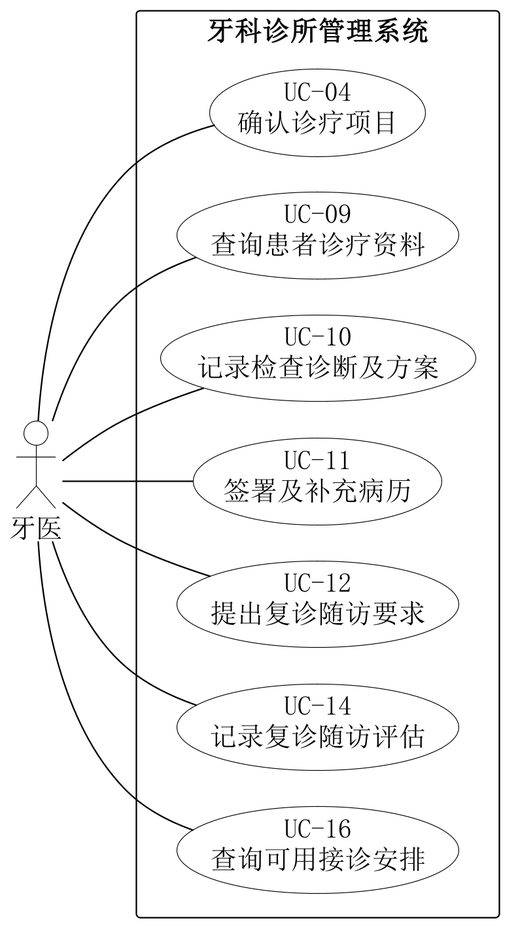
Before: 01-需求文档/diagrams/07-system-dentist.png, a diagram exported from PlantUML (Shawmc-creator/systemAnalyseAndDesign).
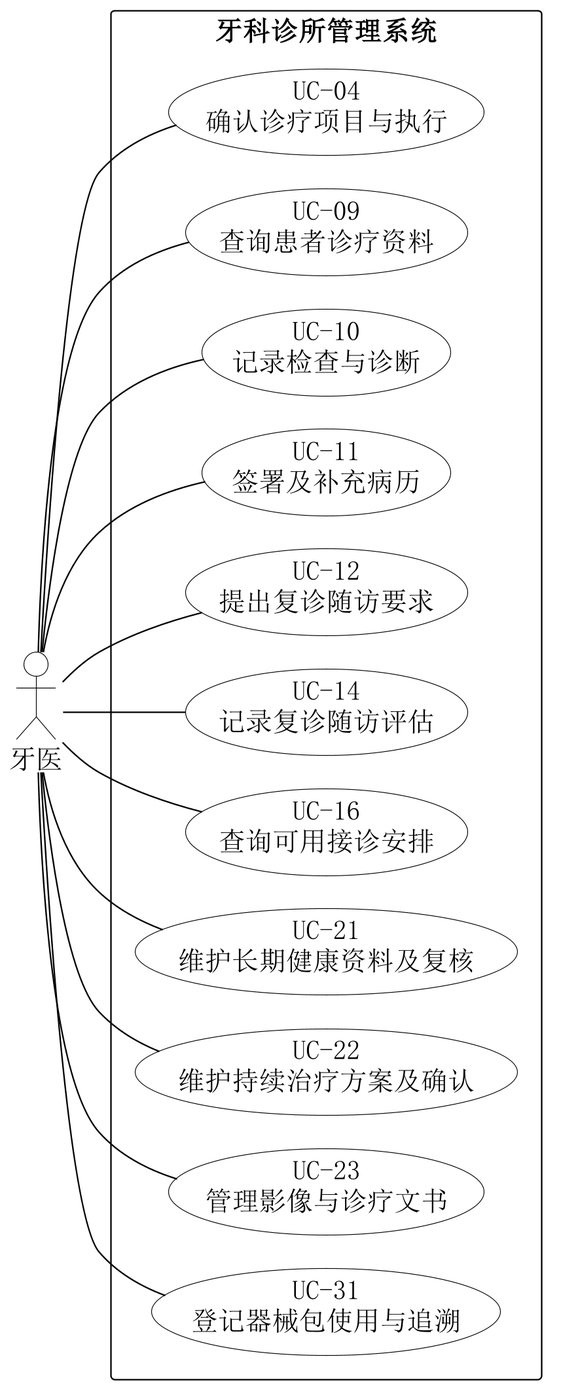
Later version of the same file.

Change to the diagram source:
```diff
@@ -5,8 +5,8 @@
 skinparam defaultFontSize 18
 skinparam dpi 220
 skinparam ArrowColor black
-skinparam nodesep 24
-skinparam ranksep 65
+skinparam nodesep 22
+skinparam ranksep 48
 skinparam actor {
  BorderColor black
  BackgroundColor white
@@ -22,13 +22,17 @@
 left to right direction
 actor "牙医" as A
 rectangle "牙科诊所管理系统" {
- usecase "UC-04\n确认诊疗项目" as U4
+ usecase "UC-04\n确认诊疗项目与执行" as U4
  usecase "UC-09\n查询患者诊疗资料" as U9
- usecase "UC-10\n记录检查诊断及方案" as U10
+ usecase "UC-10\n记录检查与诊断" as U10
  usecase "UC-11\n签署及补充病历" as U11
  usecase "UC-12\n提出复诊随访要求" as U12
  usecase "UC-14\n记录复诊随访评估" as U14
  usecase "UC-16\n查询可用接诊安排" as U16
+ usecase "UC-21\n维护长期健康资料及复核" as U21
+ usecase "UC-22\n维护持续治疗方案及确认" as U22
+ usecase "UC-23\n管理影像与诊疗文书" as U23
+ usecase "UC-31\n登记器械包使用与追溯" as U31
 }
 A -- U4
 A -- U9
@@ -37,11 +41,19 @@
 A -- U12
 A -- U14
 A -- U16
-U4 -[hidden]left-> U9
-U9 -[hidden]left-> U10
-U10 -[hidden]left-> U11
-U11 -[hidden]left-> U12
-U12 -[hidden]left-> U14
-U14 -[hidden]left-> U16
+A -- U21
+A -- U22
+A -- U23
+A -- U31
+U9 -[hidden]right-> U4
+U10 -[hidden]right-> U9
+U11 -[hidden]right-> U10
+U12 -[hidden]right-> U11
+U14 -[hidden]right-> U12
+U16 -[hidden]right-> U14
+U21 -[hidden]right-> U16
+U22 -[hidden]right-> U21
+U23 -[hidden]right-> U22
+U31 -[hidden]right-> U23
 
 @enduml
```
